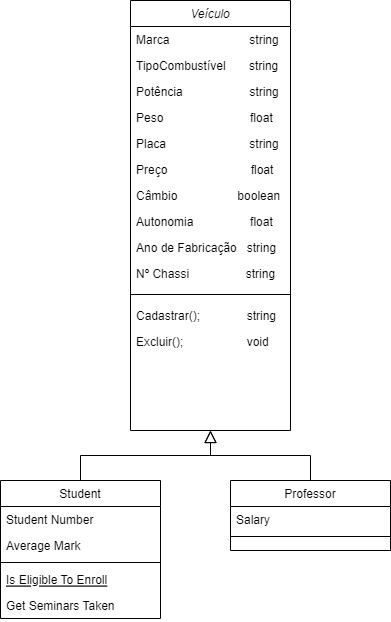
Earlier version of the draw.io export Diagrama de Classes - Herança.drawio.png (FelipeOropeza/ExercicioVeiculo). Source tidied: cells renumbered, new cells last; positions are measured from the earlier drawing's top-left corner, leaving out a move shared by most shapes.
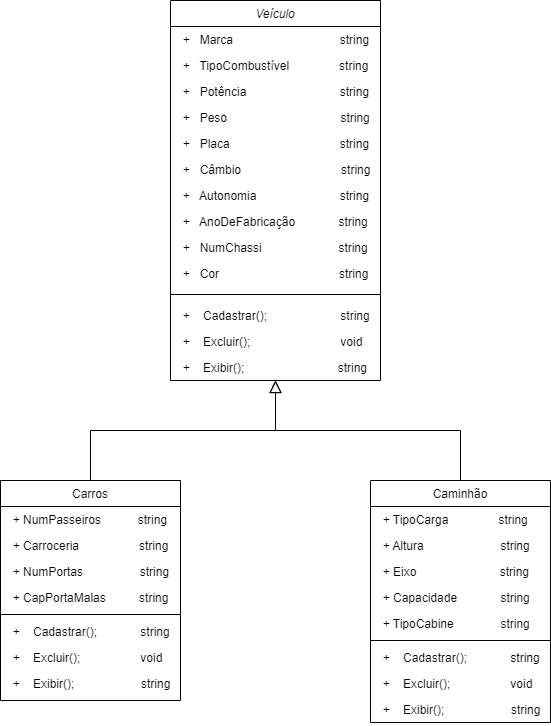
Later version of the same file.

Diff of the diagram source:
```diff
@@ -3,77 +3,110 @@
     <mxCell id="0" />
     <mxCell id="1" parent="0" />
     <mxCell id="2" value="Veículo" style="swimlane;fontStyle=2;align=center;verticalAlign=top;horizontal=1;startSize=26;rounded=0;shadow=0;strokeWidth=1;" parent="1" vertex="1">
-      <mxGeometry x="130" width="160" height="430" as="geometry" />
+      <mxGeometry x="140" width="210" height="380" as="geometry" />
     </mxCell>
-    <mxCell id="3" value="Marca                        string" style="text;align=left;verticalAlign=top;spacingLeft=4;spacingRight=4;overflow=hidden;" parent="2" vertex="1">
-      <mxGeometry y="26" width="160" height="26" as="geometry" />
+    <mxCell id="3" value="  +   Marca                                string" style="text;align=left;verticalAlign=top;spacingLeft=4;spacingRight=4;overflow=hidden;" parent="2" vertex="1">
+      <mxGeometry y="26" width="210" height="26" as="geometry" />
     </mxCell>
-    <mxCell id="4" value="TipoCombustível       string" style="text;align=left;verticalAlign=top;spacingLeft=4;spacingRight=4;overflow=hidden;rounded=0;shadow=0;html=0;" parent="2" vertex="1">
-      <mxGeometry y="52" width="160" height="26" as="geometry" />
+    <mxCell id="4" value="  +   TipoCombustível               string" style="text;align=left;verticalAlign=top;spacingLeft=4;spacingRight=4;overflow=hidden;rounded=0;shadow=0;html=0;" parent="2" vertex="1">
+      <mxGeometry y="52" width="210" height="26" as="geometry" />
     </mxCell>
-    <mxCell id="5" value="Potência                    string&#10;&#10;" style="text;align=left;verticalAlign=top;spacingLeft=4;spacingRight=4;overflow=hidden;rounded=0;shadow=0;html=0;" parent="2" vertex="1">
-      <mxGeometry y="78" width="160" height="26" as="geometry" />
+    <mxCell id="5" value="  +   Potência                            string&#10;&#10;" style="text;align=left;verticalAlign=top;spacingLeft=4;spacingRight=4;overflow=hidden;rounded=0;shadow=0;html=0;" parent="2" vertex="1">
+      <mxGeometry y="78" width="210" height="26" as="geometry" />
     </mxCell>
-    <mxCell id="6" value="Peso                          float" style="text;align=left;verticalAlign=top;spacingLeft=4;spacingRight=4;overflow=hidden;rounded=0;shadow=0;html=0;" parent="2" vertex="1">
-      <mxGeometry y="104" width="160" height="26" as="geometry" />
+    <mxCell id="6" value="  +   Peso                                  string" style="text;align=left;verticalAlign=top;spacingLeft=4;spacingRight=4;overflow=hidden;rounded=0;shadow=0;html=0;" parent="2" vertex="1">
+      <mxGeometry y="104" width="210" height="26" as="geometry" />
     </mxCell>
-    <mxCell id="7" value="Placa                         string" style="text;align=left;verticalAlign=top;spacingLeft=4;spacingRight=4;overflow=hidden;rounded=0;shadow=0;html=0;" parent="2" vertex="1">
-      <mxGeometry y="130" width="160" height="26" as="geometry" />
+    <mxCell id="7" value="  +   Placa                                 string" style="text;align=left;verticalAlign=top;spacingLeft=4;spacingRight=4;overflow=hidden;rounded=0;shadow=0;html=0;" parent="2" vertex="1">
+      <mxGeometry y="130" width="210" height="26" as="geometry" />
     </mxCell>
-    <mxCell id="8" value="Preço                         float" style="text;align=left;verticalAlign=top;spacingLeft=4;spacingRight=4;overflow=hidden;rounded=0;shadow=0;html=0;" parent="2" vertex="1">
-      <mxGeometry y="156" width="160" height="26" as="geometry" />
-    </mxCell>
-    <mxCell id="9" value="Câmbio                  boolean" style="text;align=left;verticalAlign=top;spacingLeft=4;spacingRight=4;overflow=hidden;rounded=0;shadow=0;html=0;" parent="2" vertex="1">
-      <mxGeometry y="182" width="160" height="26" as="geometry" />
+    <mxCell id="9" value="  +   Câmbio                              string" style="text;align=left;verticalAlign=top;spacingLeft=4;spacingRight=4;overflow=hidden;rounded=0;shadow=0;html=0;" parent="2" vertex="1">
+      <mxGeometry y="156" width="210" height="26" as="geometry" />
     </mxCell>
-    <mxCell id="10" value="Autonomia                 float" style="text;align=left;verticalAlign=top;spacingLeft=4;spacingRight=4;overflow=hidden;rounded=0;shadow=0;html=0;" parent="2" vertex="1">
-      <mxGeometry y="208" width="160" height="26" as="geometry" />
+    <mxCell id="10" value="  +   Autonomia                         string" style="text;align=left;verticalAlign=top;spacingLeft=4;spacingRight=4;overflow=hidden;rounded=0;shadow=0;html=0;" parent="2" vertex="1">
+      <mxGeometry y="182" width="210" height="26" as="geometry" />
     </mxCell>
-    <mxCell id="11" value="Ano de Fabricação   string" style="text;align=left;verticalAlign=top;spacingLeft=4;spacingRight=4;overflow=hidden;rounded=0;shadow=0;html=0;" parent="2" vertex="1">
-      <mxGeometry y="234" width="160" height="26" as="geometry" />
+    <mxCell id="11" value="  +   AnoDeFabricação             string" style="text;align=left;verticalAlign=top;spacingLeft=4;spacingRight=4;overflow=hidden;rounded=0;shadow=0;html=0;" parent="2" vertex="1">
+      <mxGeometry y="208" width="210" height="26" as="geometry" />
     </mxCell>
-    <mxCell id="12" value="Nº Chassi                 string&#10;" style="text;align=left;verticalAlign=top;spacingLeft=4;spacingRight=4;overflow=hidden;rounded=0;shadow=0;html=0;" parent="2" vertex="1">
-      <mxGeometry y="260" width="160" height="26" as="geometry" />
+    <mxCell id="12" value="  +   NumChassi                       string&#10;" style="text;align=left;verticalAlign=top;spacingLeft=4;spacingRight=4;overflow=hidden;rounded=0;shadow=0;html=0;" parent="2" vertex="1">
+      <mxGeometry y="234" width="210" height="26" as="geometry" />
     </mxCell>
+    <mxCell id="27" value="  +   Cor                                    string" style="text;align=left;verticalAlign=top;spacingLeft=4;spacingRight=4;overflow=hidden;rounded=0;shadow=0;html=0;" parent="2" vertex="1">
+      <mxGeometry y="260" width="210" height="26" as="geometry" />
+    </mxCell>
     <mxCell id="13" style="line;html=1;strokeWidth=1;align=left;verticalAlign=middle;spacingTop=-1;spacingLeft=3;spacingRight=3;labelPosition=right;" parent="2" vertex="1">
-      <mxGeometry y="286" width="160" height="16" as="geometry" />
+      <mxGeometry y="286" width="210" height="16" as="geometry" />
     </mxCell>
-    <mxCell id="14" value="Cadastrar();              string" style="text;align=left;verticalAlign=top;spacingLeft=4;spacingRight=4;overflow=hidden;rounded=0;shadow=0;html=0;" parent="2" vertex="1">
-      <mxGeometry y="302" width="160" height="26" as="geometry" />
+    <mxCell id="14" value="  +    Cadastrar();                      string" style="text;align=left;verticalAlign=top;spacingLeft=4;spacingRight=4;overflow=hidden;rounded=0;shadow=0;html=0;" parent="2" vertex="1">
+      <mxGeometry y="302" width="210" height="26" as="geometry" />
     </mxCell>
-    <mxCell id="15" value="Excluir();                   void" style="text;align=left;verticalAlign=top;spacingLeft=4;spacingRight=4;overflow=hidden;rounded=0;shadow=0;html=0;" parent="2" vertex="1">
-      <mxGeometry y="328" width="160" height="26" as="geometry" />
+    <mxCell id="15" value="  +    Excluir();                           void" style="text;align=left;verticalAlign=top;spacingLeft=4;spacingRight=4;overflow=hidden;rounded=0;shadow=0;html=0;" parent="2" vertex="1">
+      <mxGeometry y="328" width="210" height="26" as="geometry" />
     </mxCell>
+    <mxCell id="28" value="  +    Exibir();                            string" style="text;align=left;verticalAlign=top;spacingLeft=4;spacingRight=4;overflow=hidden;rounded=0;shadow=0;html=0;" parent="2" vertex="1">
+      <mxGeometry y="354" width="210" height="26" as="geometry" />
+    </mxCell>
-    <mxCell id="16" value="Student" style="swimlane;fontStyle=0;align=center;verticalAlign=top;horizontal=1;startSize=26;rounded=0;shadow=0;strokeWidth=1;" parent="1" vertex="1">
-      <mxGeometry y="480" width="160" height="138" as="geometry" />
+    <mxCell id="16" value="Carros" style="swimlane;fontStyle=0;align=center;verticalAlign=top;horizontal=1;startSize=26;rounded=0;shadow=0;strokeWidth=1;" parent="1" vertex="1">
+      <mxGeometry x="-30" y="480" width="180" height="220" as="geometry" />
     </mxCell>
-    <mxCell id="17" value="Student Number" style="text;align=left;verticalAlign=top;spacingLeft=4;spacingRight=4;overflow=hidden;" parent="16" vertex="1">
-      <mxGeometry y="26" width="160" height="26" as="geometry" />
+    <mxCell id="17" value="  + NumPasseiros           string" style="text;align=left;verticalAlign=top;spacingLeft=4;spacingRight=4;overflow=hidden;" parent="16" vertex="1">
+      <mxGeometry y="26" width="180" height="26" as="geometry" />
     </mxCell>
-    <mxCell id="18" value="Average Mark" style="text;align=left;verticalAlign=top;spacingLeft=4;spacingRight=4;overflow=hidden;rounded=0;shadow=0;html=0;" parent="16" vertex="1">
-      <mxGeometry y="52" width="160" height="26" as="geometry" />
+    <mxCell id="18" value="  + Carroceria                  string" style="text;align=left;verticalAlign=top;spacingLeft=4;spacingRight=4;overflow=hidden;rounded=0;shadow=0;html=0;" parent="16" vertex="1">
+      <mxGeometry y="52" width="180" height="26" as="geometry" />
     </mxCell>
+    <mxCell id="29" value="  + NumPortas                 string" style="text;align=left;verticalAlign=top;spacingLeft=4;spacingRight=4;overflow=hidden;rounded=0;shadow=0;html=0;" parent="16" vertex="1">
+      <mxGeometry y="78" width="180" height="26" as="geometry" />
+    </mxCell>
+    <mxCell id="30" value="  + CapPortaMalas          string" style="text;align=left;verticalAlign=top;spacingLeft=4;spacingRight=4;overflow=hidden;rounded=0;shadow=0;html=0;" parent="16" vertex="1">
+      <mxGeometry y="104" width="180" height="26" as="geometry" />
+    </mxCell>
     <mxCell id="19" style="line;html=1;strokeWidth=1;align=left;verticalAlign=middle;spacingTop=-1;spacingLeft=3;spacingRight=3;labelPosition=right;" parent="16" vertex="1">
-      <mxGeometry y="78" width="160" height="8" as="geometry" />
+      <mxGeometry y="130" width="180" height="8" as="geometry" />
     </mxCell>
-    <mxCell id="20" value="Is Eligible To Enroll" style="text;align=left;verticalAlign=top;spacingLeft=4;spacingRight=4;overflow=hidden;fontStyle=4;" parent="16" vertex="1">
-      <mxGeometry y="86" width="160" height="26" as="geometry" />
-    </mxCell>
-    <mxCell id="21" value="Get Seminars Taken" style="text;align=left;verticalAlign=top;spacingLeft=4;spacingRight=4;overflow=hidden;" parent="16" vertex="1">
-      <mxGeometry y="112" width="160" height="26" as="geometry" />
-    </mxCell>
+    <mxCell id="31" value="  +    Cadastrar();             string" style="text;align=left;verticalAlign=top;spacingLeft=4;spacingRight=4;overflow=hidden;rounded=0;shadow=0;html=0;" parent="16" vertex="1">
+      <mxGeometry y="138" width="180" height="26" as="geometry" />
+    </mxCell>
+    <mxCell id="32" value="  +    Excluir();                  void" style="text;align=left;verticalAlign=top;spacingLeft=4;spacingRight=4;overflow=hidden;rounded=0;shadow=0;html=0;" parent="16" vertex="1">
+      <mxGeometry y="164" width="180" height="26" as="geometry" />
+    </mxCell>
+    <mxCell id="33" value="  +    Exibir();                    string" style="text;align=left;verticalAlign=top;spacingLeft=4;spacingRight=4;overflow=hidden;rounded=0;shadow=0;html=0;" parent="16" vertex="1">
+      <mxGeometry y="190" width="180" height="26" as="geometry" />
+    </mxCell>
     <mxCell id="22" style="endArrow=block;endSize=10;endFill=0;shadow=0;strokeWidth=1;rounded=0;edgeStyle=elbowEdgeStyle;elbow=vertical;" parent="1" edge="1" source="16" target="2">
       <mxGeometry relative="1" as="geometry" />
     </mxCell>
-    <mxCell id="23" value="Professor" style="swimlane;fontStyle=0;align=center;verticalAlign=top;horizontal=1;startSize=26;rounded=0;shadow=0;strokeWidth=1;" parent="1" vertex="1">
-      <mxGeometry x="230" y="480" width="160" height="70" as="geometry" />
+    <mxCell id="23" value="Caminhão" style="swimlane;fontStyle=0;align=center;verticalAlign=top;horizontal=1;startSize=26;rounded=0;shadow=0;strokeWidth=1;" parent="1" vertex="1">
+      <mxGeometry x="340" y="480" width="180" height="242" as="geometry" />
     </mxCell>
-    <mxCell id="24" value="Salary" style="text;align=left;verticalAlign=top;spacingLeft=4;spacingRight=4;overflow=hidden;" parent="23" vertex="1">
-      <mxGeometry y="26" width="160" height="26" as="geometry" />
+    <mxCell id="24" value="  + TipoCarga               string" style="text;align=left;verticalAlign=top;spacingLeft=4;spacingRight=4;overflow=hidden;" parent="23" vertex="1">
+      <mxGeometry y="26" width="180" height="26" as="geometry" />
     </mxCell>
+    <mxCell id="34" value="  + Altura                       string" style="text;align=left;verticalAlign=top;spacingLeft=4;spacingRight=4;overflow=hidden;" parent="23" vertex="1">
+      <mxGeometry y="52" width="180" height="26" as="geometry" />
+    </mxCell>
+    <mxCell id="35" value="  + Eixo                         string" style="text;align=left;verticalAlign=top;spacingLeft=4;spacingRight=4;overflow=hidden;" parent="23" vertex="1">
+      <mxGeometry y="78" width="180" height="26" as="geometry" />
+    </mxCell>
+    <mxCell id="36" value="  + Capacidade             string" style="text;align=left;verticalAlign=top;spacingLeft=4;spacingRight=4;overflow=hidden;" parent="23" vertex="1">
+      <mxGeometry y="104" width="180" height="26" as="geometry" />
+    </mxCell>
+    <mxCell id="37" value="  + TipoCabine              string" style="text;align=left;verticalAlign=top;spacingLeft=4;spacingRight=4;overflow=hidden;" parent="23" vertex="1">
+      <mxGeometry y="130" width="180" height="26" as="geometry" />
+    </mxCell>
     <mxCell id="25" style="line;html=1;strokeWidth=1;align=left;verticalAlign=middle;spacingTop=-1;spacingLeft=3;spacingRight=3;labelPosition=right;" parent="23" vertex="1">
-      <mxGeometry y="52" width="160" height="8" as="geometry" />
+      <mxGeometry y="156" width="180" height="8" as="geometry" />
     </mxCell>
+    <mxCell id="38" value="  +    Cadastrar();             string" style="text;align=left;verticalAlign=top;spacingLeft=4;spacingRight=4;overflow=hidden;rounded=0;shadow=0;html=0;" parent="23" vertex="1">
+      <mxGeometry y="164" width="180" height="26" as="geometry" />
+    </mxCell>
+    <mxCell id="39" value="  +    Excluir();                  void" style="text;align=left;verticalAlign=top;spacingLeft=4;spacingRight=4;overflow=hidden;rounded=0;shadow=0;html=0;" parent="23" vertex="1">
+      <mxGeometry y="190" width="180" height="26" as="geometry" />
+    </mxCell>
+    <mxCell id="40" value="  +    Exibir();                    string" style="text;align=left;verticalAlign=top;spacingLeft=4;spacingRight=4;overflow=hidden;rounded=0;shadow=0;html=0;" parent="23" vertex="1">
+      <mxGeometry y="216" width="180" height="26" as="geometry" />
+    </mxCell>
     <mxCell id="26" style="endArrow=block;endSize=10;endFill=0;shadow=0;strokeWidth=1;rounded=0;edgeStyle=elbowEdgeStyle;elbow=vertical;" parent="1" edge="1" source="23" target="2">
       <mxGeometry relative="1" as="geometry" />
     </mxCell>
```
